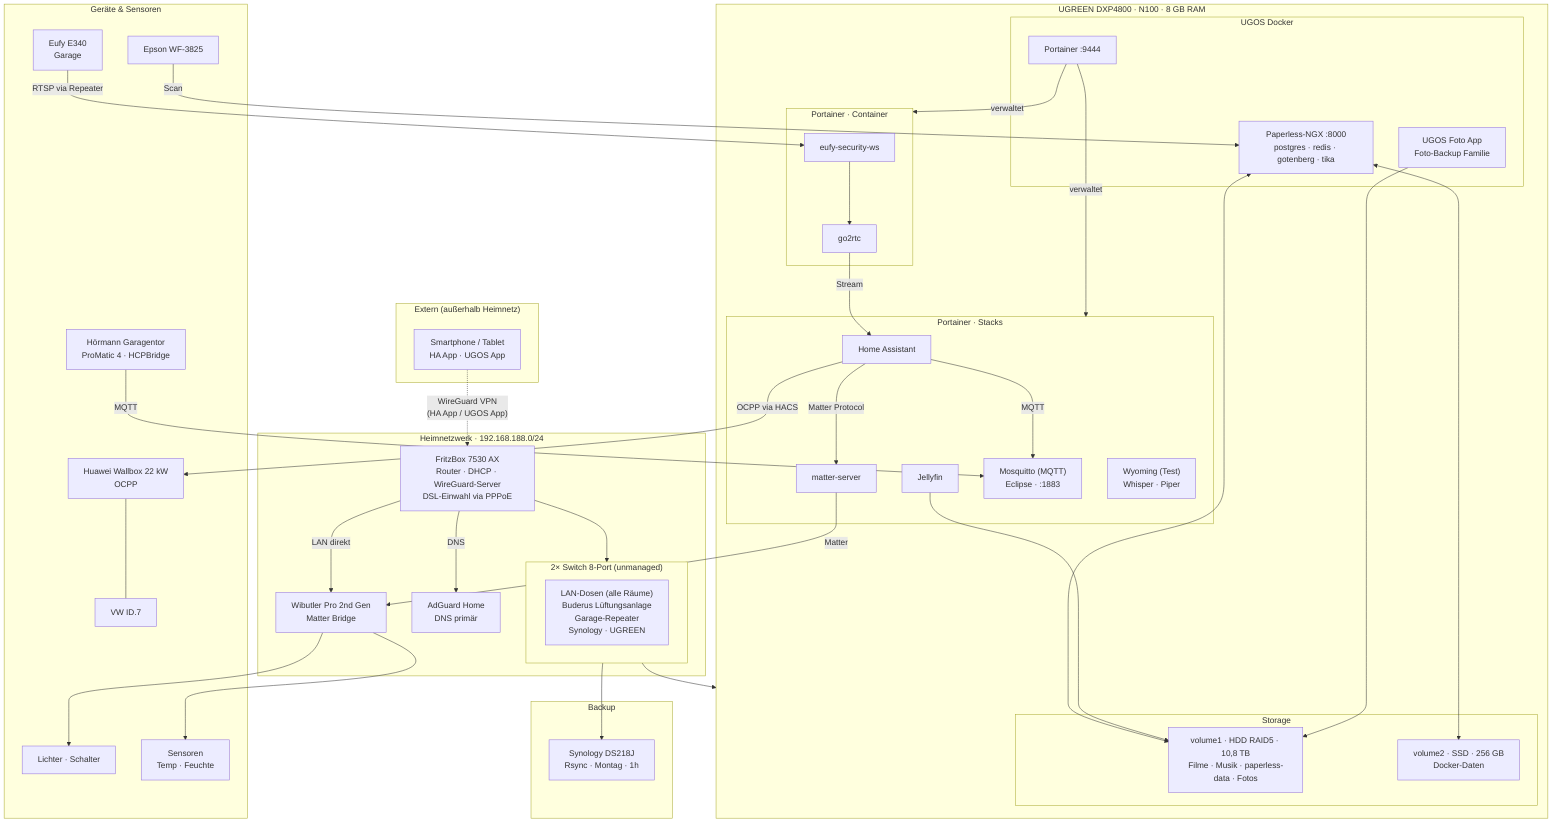
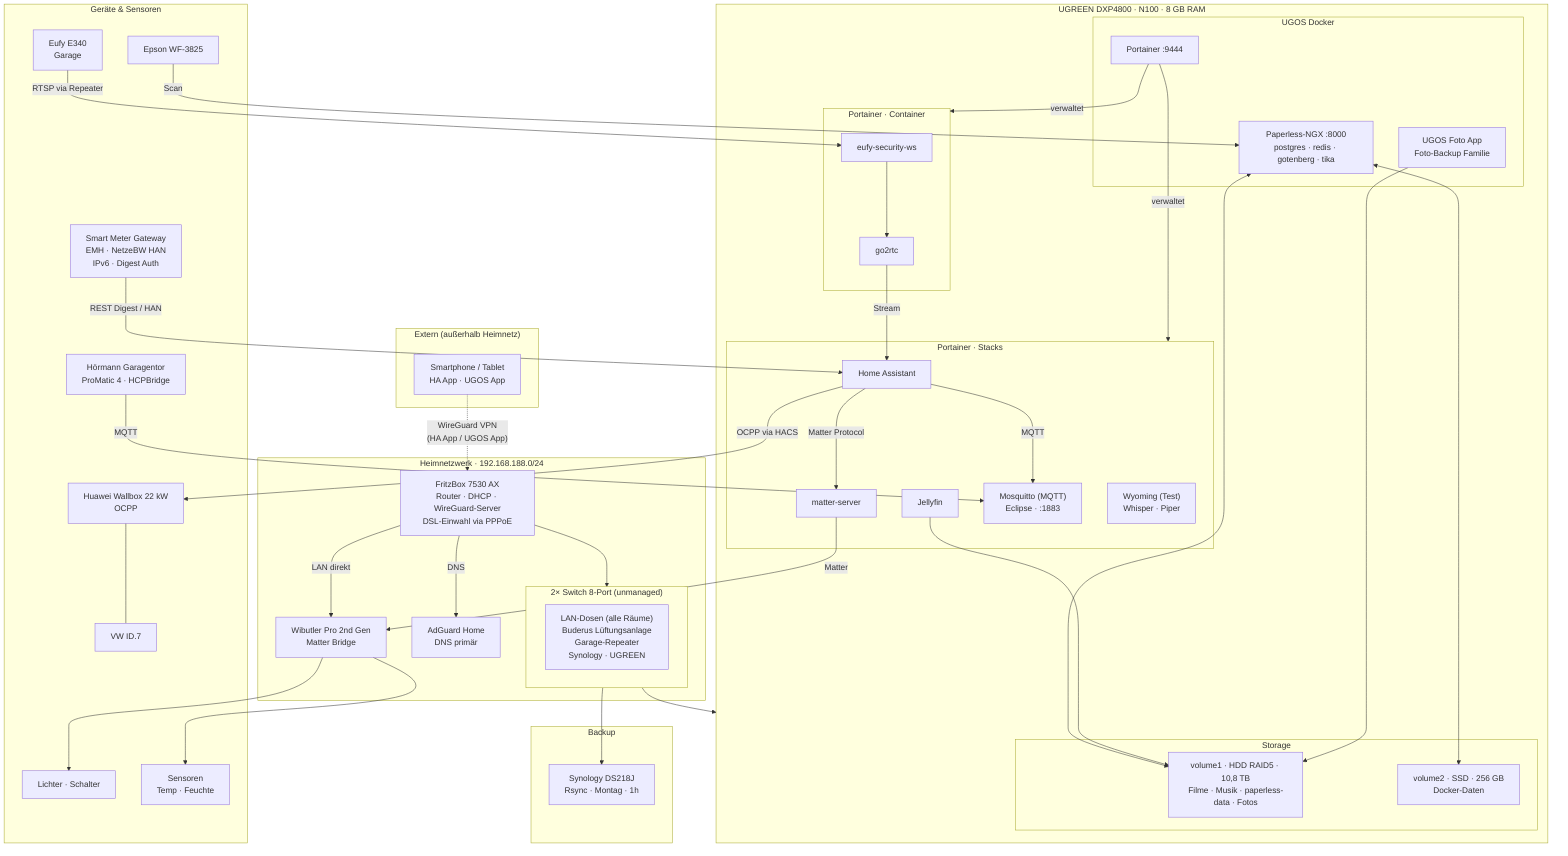
flowchart TB

    subgraph EXTERN["Extern (außerhalb Heimnetz)"]
        PHONE["Smartphone / Tablet\nHA App · UGOS App"]
    end

    subgraph HEIMNETZ["Heimnetzwerk · 192.168.188.0/24"]
        FB["FritzBox 7530 AX\nRouter · DHCP · WireGuard-Server\nDSL-Einwahl via PPPoE"]
        AGH["AdGuard Home\nDNS primär"]
        WB["Wibutler Pro 2nd Gen\nMatter Bridge"]

        subgraph SWITCHES["2× Switch 8-Port (unmanaged)"]
            SW_DEV["LAN-Dosen (alle Räume)\nBuderus Lüftungsanlage\nGarage-Repeater\nSynology · UGREEN"]
        end
    end

    subgraph NAS["UGREEN DXP4800 · N100 · 8 GB RAM"]
        subgraph UGOS["UGOS Docker"]
            PT["Portainer :9444"]
            PL["Paperless-NGX :8000\npostgres · redis · gotenberg · tika"]
            PHOTO["UGOS Foto App\nFoto-Backup Familie"]
        end
        subgraph PSTACK["Portainer · Stacks"]
            HA["Home Assistant"]
            MS["matter-server"]
            JF["Jellyfin"]
            MQ["Mosquitto (MQTT)\nEclipse · :1883"]
            WY["Wyoming (Test)\nWhisper · Piper"]
        end
        subgraph PCONT["Portainer · Container"]
            EUFY["eufy-security-ws"]
            GO2["go2rtc"]
        end
        subgraph STORE["Storage"]
            V1["volume1 · HDD RAID5 · 10,8 TB\nFilme · Musik · paperless-data · Fotos"]
            V2["volume2 · SSD · 256 GB\nDocker-Daten"]
        end
    end

    subgraph GERAETE["Geräte & Sensoren"]
        LIGHTS["Lichter · Schalter"]
        SENS["Sensoren\nTemp · Feuchte"]
        WALLBOX["Huawei Wallbox 22 kW\nOCPP"]
        ID7["VW ID.7"]
        CAM["Eufy E340\nGarage"]
        EPSON["Epson WF-3825"]
        GARAGENTOR["Hörmann Garagentor\nProMatic 4 · HCPBridge"]
+         SMGW["Smart Meter Gateway\nEMH · NetzeBW HAN\nIPv6 · Digest Auth"]
    end

    subgraph BACKUP["Backup"]
        SYN["Synology DS218J\nRsync · Montag · 1h"]
    end

    PHONE -. "WireGuard VPN\n(HA App / UGOS App)" .-> FB
    FB -->|DNS| AGH
    FB -->|LAN direkt| WB
    FB --> SWITCHES
    SWITCHES --> NAS
    SWITCHES --> SYN

    PT -->|verwaltet| PSTACK
    PT -->|verwaltet| PCONT

    HA -->|Matter Protocol| MS
    MS -->|Matter| WB
    WB --> LIGHTS
    WB --> SENS
    HA -->|MQTT| MQ
    GARAGENTOR -->|MQTT| MQ
    HA -->|OCPP via HACS| WALLBOX
    WALLBOX --- ID7
    CAM -->|RTSP via Repeater| EUFY
    EUFY --> GO2
    GO2 -->|Stream| HA
    EPSON -->|Scan| PL
+     SMGW -->|REST Digest / HAN| HA

    PL <--> V1
    PL <--> V2
    JF --> V1
    PHOTO --> V1